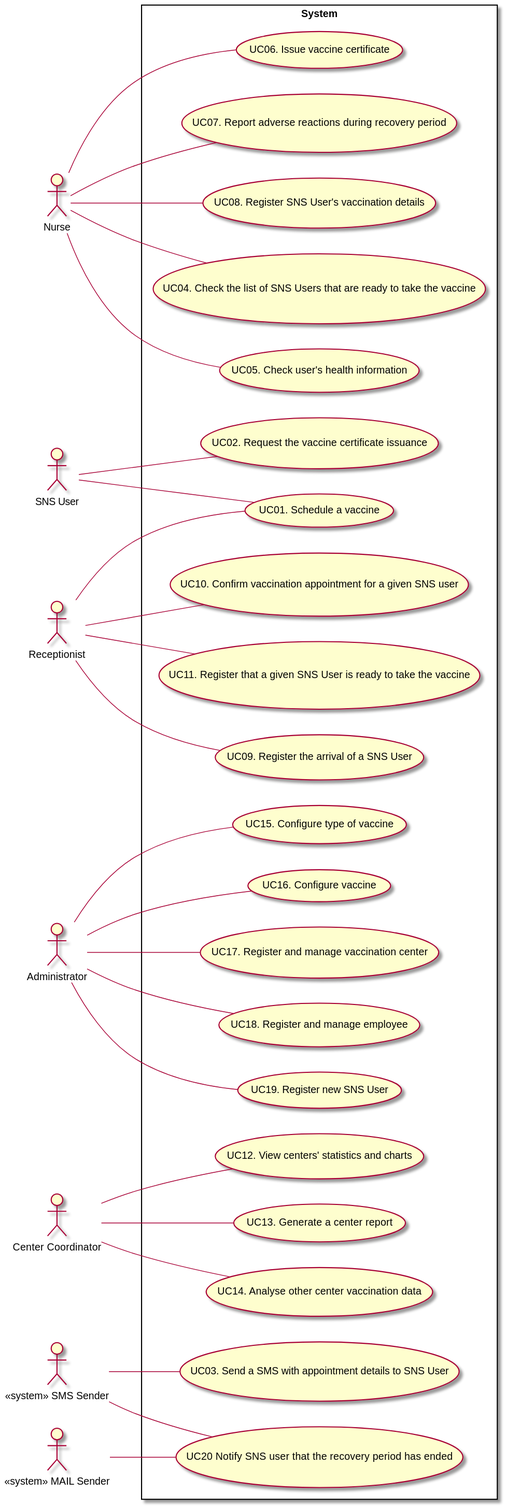
miseEnPlace-i/lapr2 keeps this PlantUML diagram as docs/SprintA/UCD.svg. Above is the earlier version.
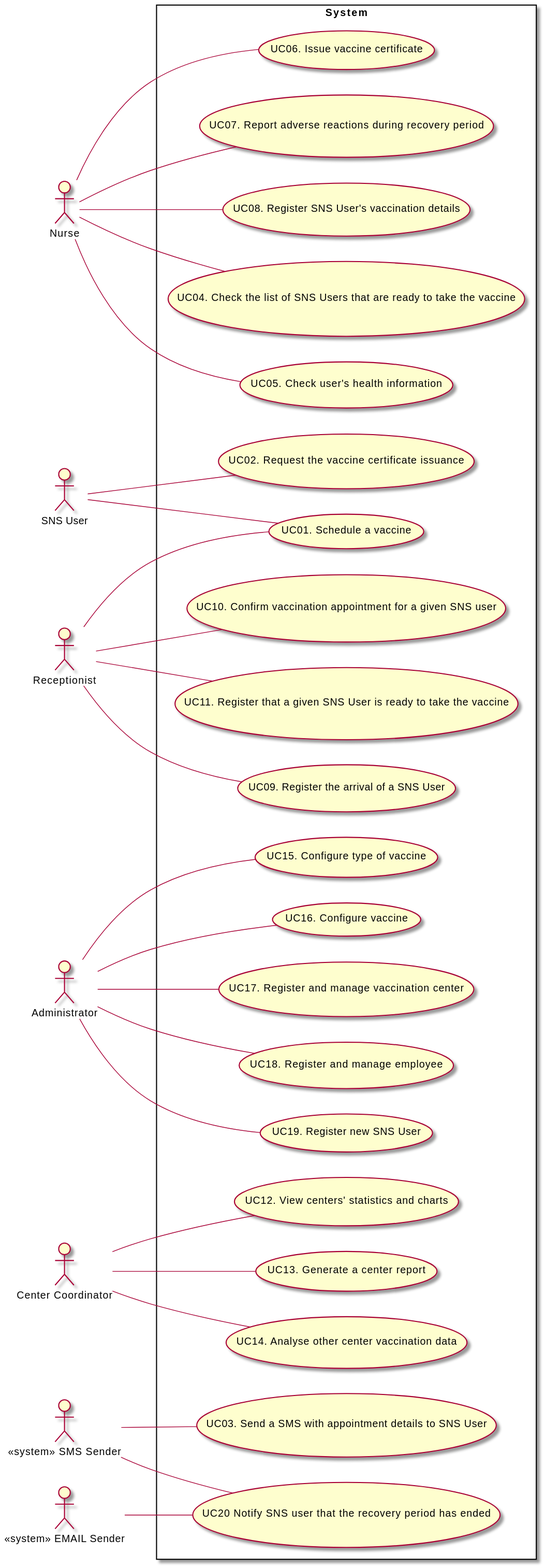
The same file after the commit.

The edit, as a diff of the source:
```diff
@@ -8,7 +8,7 @@
 actor "Administrator" as admin
 actor "Center Coordinator" as coordinator
 actor "<< system >> SMS Sender" as dgs
-actor "<< system >> MAIL Sender" as dgsMail
+actor "<< system >> EMAIL Sender" as dgsMail
 
 rectangle System {
   usecase "UC01. Schedule a vaccine" as UC01
```
